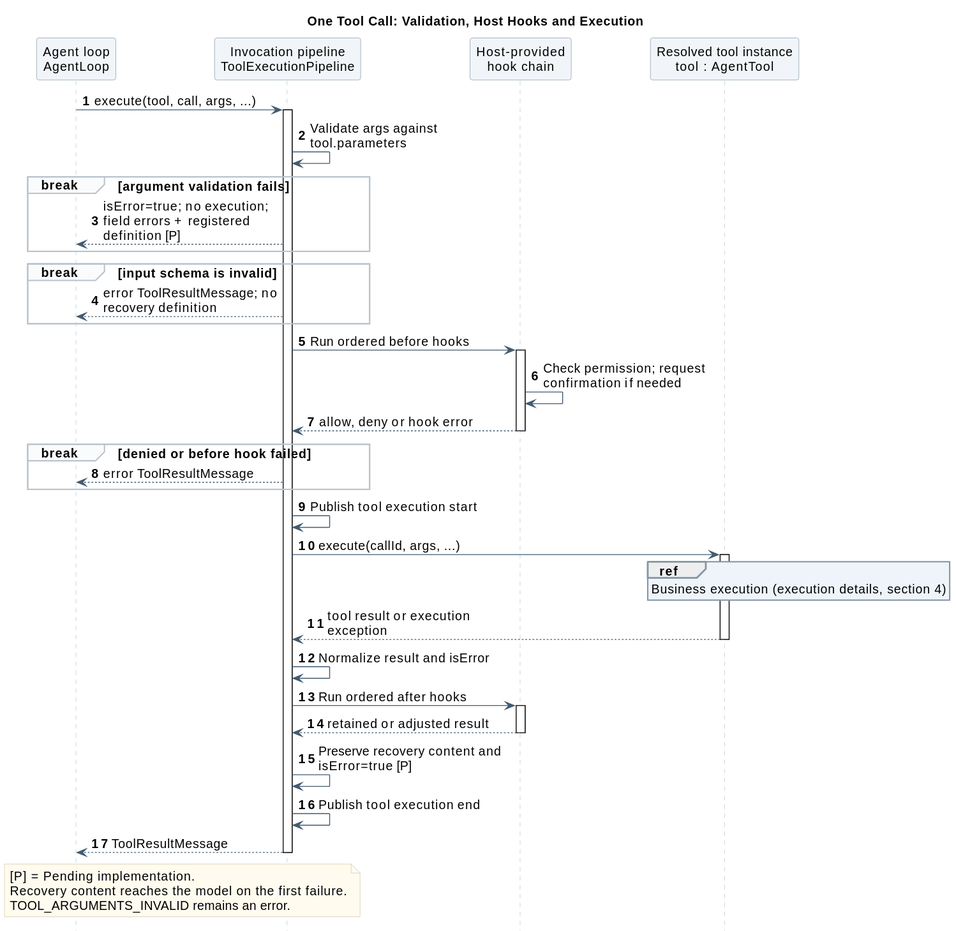
Before: 01-总体架构/02-CampusClaw工具系统/tool_invocation_pipeline.svg, a diagram exported from PlantUML (ssm0808/pi-mono-java-design).
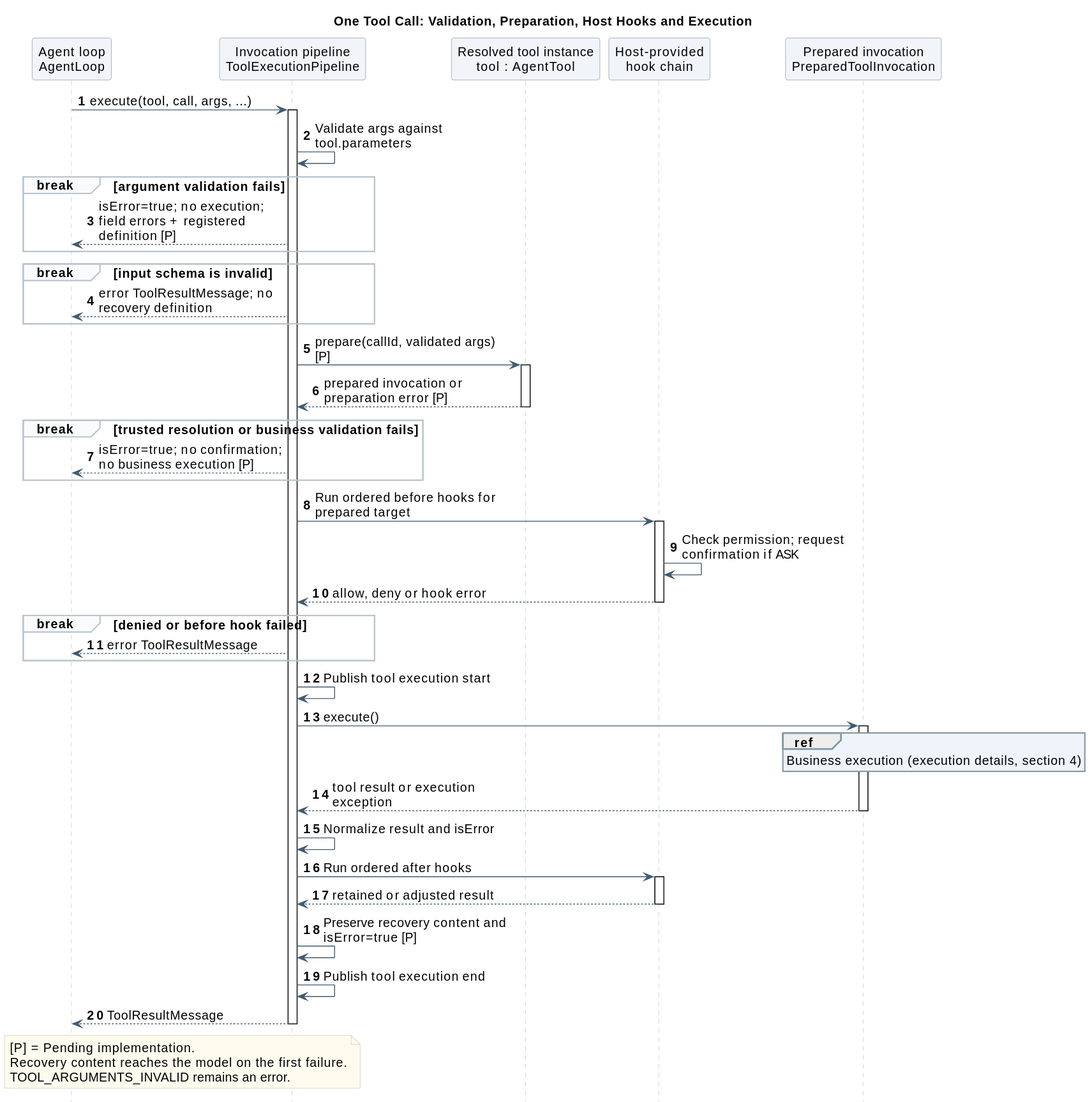
The same diagram one commit later.

Diff of the diagram source:
```diff
@@ -17,12 +17,13 @@
 skinparam noteBorderColor #D2C6A5
 hide footbox
 autonumber
-title One Tool Call: Validation, Host Hooks and Execution
+title One Tool Call: Validation, Preparation, Host Hooks and Execution
 
 participant "Agent loop\nAgentLoop" as Loop
 participant "Invocation pipeline\nToolExecutionPipeline" as Pipeline
+participant "Resolved tool instance\ntool : AgentTool" as Tool
 participant "Host-provided\nhook chain" as Hooks
-participant "Resolved tool instance\ntool : AgentTool" as Tool
+participant "Prepared invocation\nPreparedToolInvocation" as Prepared
 
 Loop -> Pipeline ++ : execute(tool, call, args, ...)
 Pipeline -> Pipeline : Validate args against tool.parameters
@@ -32,18 +33,23 @@
 break input schema is invalid
   Pipeline --> Loop : error ToolResultMessage; no recovery definition
 end
-Pipeline -> Hooks ++ : Run ordered before hooks
-Hooks -> Hooks : Check permission; request confirmation if needed
+Pipeline -> Tool ++ : prepare(callId, validated args) [P]
+Tool --> Pipeline -- : prepared invocation or preparation error [P]
+break trusted resolution or business validation fails
+  Pipeline --> Loop : isError=true; no confirmation;\nno business execution [P]
+end
+Pipeline -> Hooks ++ : Run ordered before hooks for prepared target
+Hooks -> Hooks : Check permission; request confirmation if ASK
 Hooks --> Pipeline -- : allow, deny or hook error
 break denied or before hook failed
   Pipeline --> Loop : error ToolResultMessage
 end
 Pipeline -> Pipeline : Publish tool execution start
-Pipeline -> Tool ++ : execute(callId, args, ...)
-ref over Tool
+Pipeline -> Prepared ++ : execute()
+ref over Prepared
   Business execution (execution details, section 4)
 end ref
-Tool --> Pipeline -- : tool result or execution exception
+Prepared --> Pipeline -- : tool result or execution exception
 Pipeline -> Pipeline : Normalize result and isError
 Pipeline -> Hooks ++ : Run ordered after hooks
 Hooks --> Pipeline -- : retained or adjusted result
```
